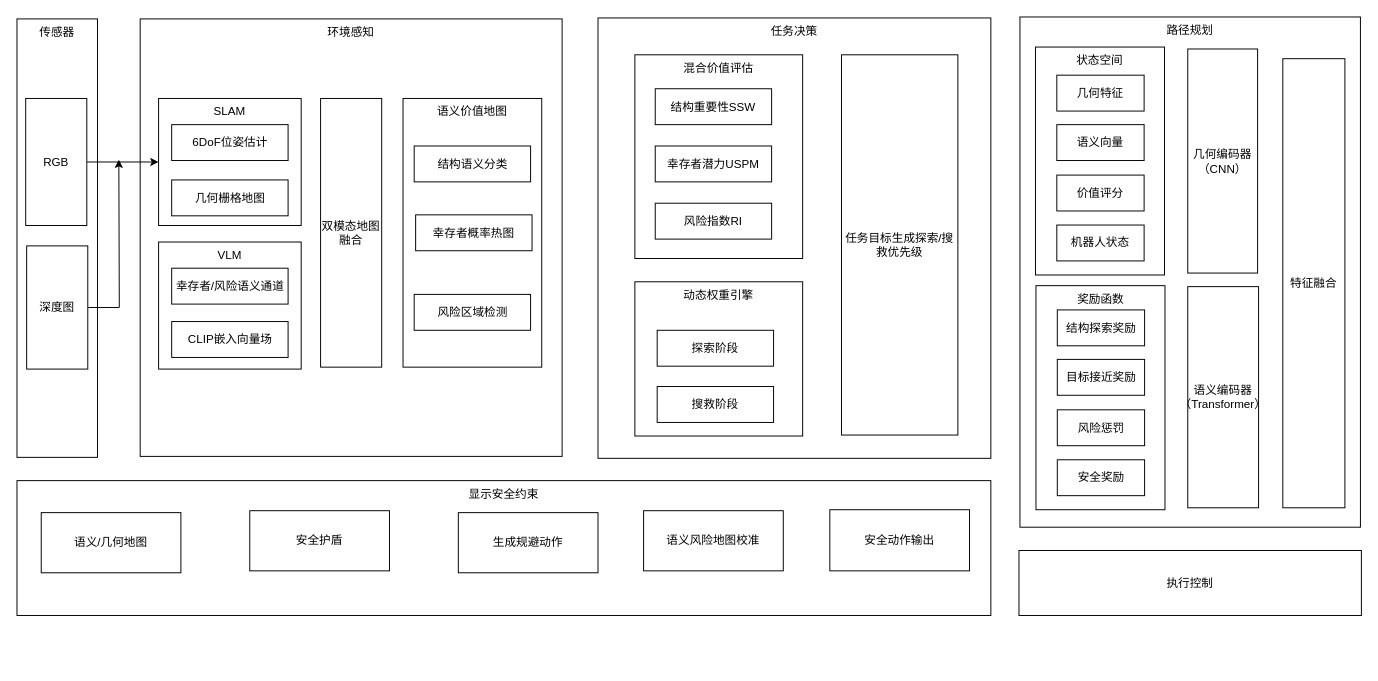
qingyuhai/myGitTemp keeps this draw.io diagram as 未命名绘图.drawio. Above is the earlier version. Source tidied: cells renumbered, new cells numbered last; positions are measured from the earlier drawing's top-left corner, leaving out a move shared by most shapes. Both pictures are drawn from the tidied source at 97%, with x=0, y=0 at pixel (16, 16).
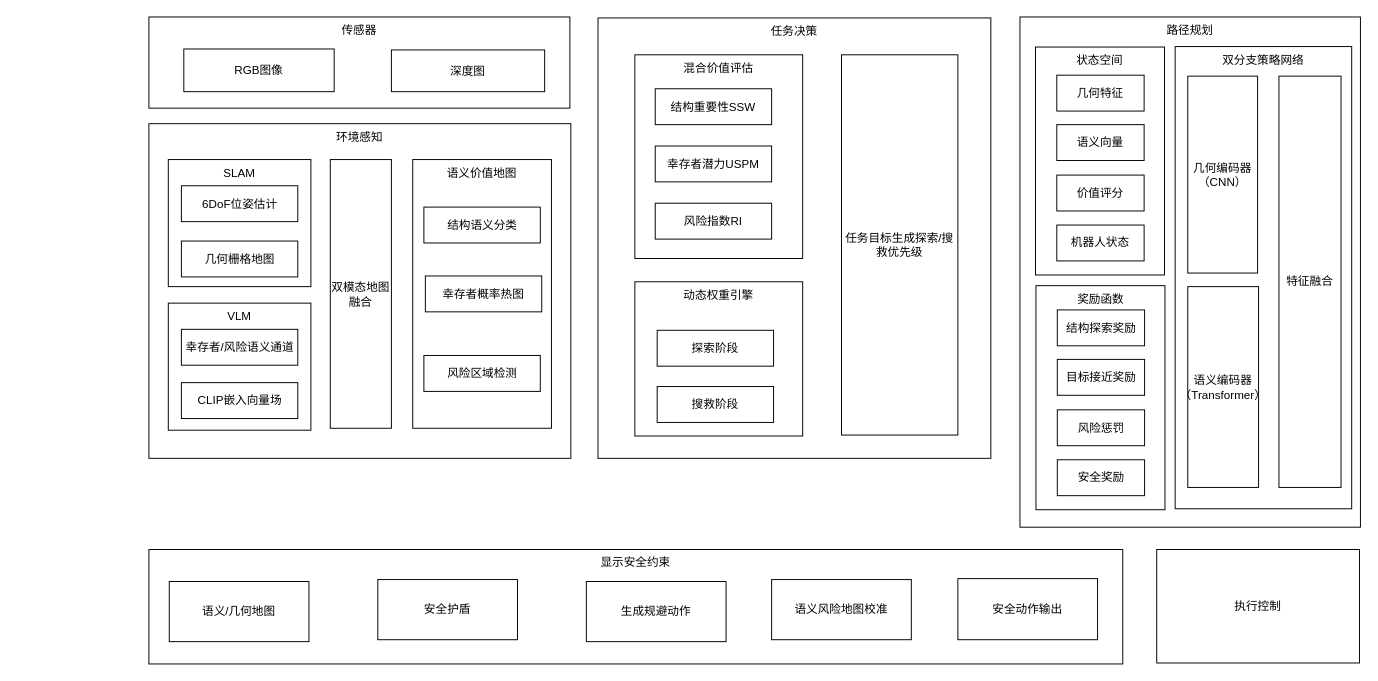
The same diagram, later.

Commit message:
更新未命名绘图.drawio

What changed in the source:
```diff
@@
     <mxCell id="2" value="传感器" style="rounded=0;whiteSpace=wrap;html=1;verticalAlign=top;" parent="1" vertex="1">
-      <mxGeometry y="2" width="83" height="452" as="geometry" />
+      <mxGeometry x="136" width="434" height="94" as="geometry" />
     </mxCell>
     <mxCell id="3" value="环境感知" style="rounded=0;whiteSpace=wrap;html=1;verticalAlign=top;" parent="1" vertex="1">
-      <mxGeometry x="127" y="2" width="435" height="451" as="geometry" />
+      <mxGeometry x="136" y="110" width="435" height="345" as="geometry" />
     </mxCell>
@@
     <mxCell id="6" value="执行控制" style="rounded=0;whiteSpace=wrap;html=1;" parent="1" vertex="1">
-      <mxGeometry x="1033" y="550" width="353" height="67" as="geometry" />
+      <mxGeometry x="1175" y="549" width="209" height="117" as="geometry" />
     </mxCell>
     <mxCell id="7" value="SLAM" style="rounded=0;whiteSpace=wrap;html=1;verticalAlign=top;" parent="1" vertex="1">
-      <mxGeometry x="146" y="84" width="147" height="131" as="geometry" />
+      <mxGeometry x="156" y="147" width="147" height="131" as="geometry" />
     </mxCell>
     <mxCell id="8" value="VLM" style="rounded=0;whiteSpace=wrap;html=1;verticalAlign=top;" parent="1" vertex="1">
-      <mxGeometry x="146" y="232" width="147" height="131" as="geometry" />
+      <mxGeometry x="156" y="295" width="147" height="131" as="geometry" />
     </mxCell>
     <mxCell id="9" value="双模态地图融合" style="rounded=0;whiteSpace=wrap;html=1;" parent="1" vertex="1">
-      <mxGeometry x="313" y="84" width="63" height="277" as="geometry" />
+      <mxGeometry x="323" y="147" width="63" height="277" as="geometry" />
     </mxCell>
@@
+    <mxCell id="49" value="双分支策略网络" style="rounded=0;whiteSpace=wrap;html=1;verticalAlign=top;" parent="1" vertex="1">
+      <mxGeometry x="1194" y="30.5" width="182" height="476.5" as="geometry" />
+    </mxCell>
@@
     <mxCell id="19" value="几何编码器（CNN）" style="rounded=0;whiteSpace=wrap;html=1;" parent="1" vertex="1">
-      <mxGeometry x="1207" y="33" width="72" height="231" as="geometry" />
+      <mxGeometry x="1207" y="61" width="72" height="203" as="geometry" />
     </mxCell>
     <mxCell id="20" value="语义编码器（Transformer）" style="rounded=0;whiteSpace=wrap;html=1;" parent="1" vertex="1">
-      <mxGeometry x="1207" y="278" width="73" height="228" as="geometry" />
+      <mxGeometry x="1207" y="278" width="73" height="207" as="geometry" />
     </mxCell>
     <mxCell id="21" value="显示安全约束" style="rounded=0;whiteSpace=wrap;html=1;verticalAlign=top;" parent="1" vertex="1">
-      <mxGeometry y="478" width="1004" height="139" as="geometry" />
+      <mxGeometry x="136" y="549" width="1004" height="118" as="geometry" />
     </mxCell>
-    <mxCell id="22" style="edgeStyle=orthogonalEdgeStyle;rounded=0;jettySize=auto;html=1;entryX=0;entryY=0.5;entryDx=0;entryDy=0;" parent="1" edge="1" source="23" target="7">
-      <mxGeometry relative="1" as="geometry" />
-    </mxCell>
-    <mxCell id="23" value="RGB" style="rounded=0;whiteSpace=wrap;html=1;" parent="1" vertex="1">
-      <mxGeometry x="9" y="84" width="63" height="131" as="geometry" />
+    <mxCell id="23" value="RGB图像" style="rounded=0;whiteSpace=wrap;html=1;" parent="1" vertex="1">
+      <mxGeometry x="172" y="33" width="155" height="44" as="geometry" />
     </mxCell>
-    <mxCell id="24" style="edgeStyle=orthogonalEdgeStyle;rounded=0;jettySize=auto;html=1;" parent="1" edge="1" source="25">
-      <mxGeometry relative="1" as="geometry">
-        <mxPoint x="105" y="147" as="targetPoint" />
-      </mxGeometry>
-    </mxCell>
     <mxCell id="25" value="深度图" style="rounded=0;whiteSpace=wrap;html=1;" parent="1" vertex="1">
-      <mxGeometry x="10" y="236" width="63" height="127" as="geometry" />
+      <mxGeometry x="386" y="34" width="158" height="43" as="geometry" />
     </mxCell>
     <mxCell id="26" value="生成规避动作" style="rounded=0;whiteSpace=wrap;html=1;" parent="1" vertex="1">
-      <mxGeometry x="455" y="511" width="144" height="62" as="geometry" />
+      <mxGeometry x="587" y="582" width="144" height="62" as="geometry" />
     </mxCell>
     <mxCell id="27" value="语义风险地图校准" style="rounded=0;whiteSpace=wrap;html=1;" parent="1" vertex="1">
-      <mxGeometry x="646" y="509" width="144" height="62" as="geometry" />
+      <mxGeometry x="778" y="580" width="144" height="62" as="geometry" />
     </mxCell>
@@
     <mxCell id="37" value="特征融合" style="rounded=0;whiteSpace=wrap;html=1;" parent="1" vertex="1">
-      <mxGeometry x="1305" y="43" width="64" height="463" as="geometry" />
+      <mxGeometry x="1301" y="61" width="64" height="424" as="geometry" />
     </mxCell>
     <mxCell id="38" value="6DoF位姿估计" style="rounded=0;whiteSpace=wrap;html=1;" parent="1" vertex="1">
-      <mxGeometry x="159.5" y="111" width="120" height="37" as="geometry" />
+      <mxGeometry x="169.5" y="174" width="120" height="37" as="geometry" />
     </mxCell>
     <mxCell id="39" value="几何栅格地图" style="rounded=0;whiteSpace=wrap;html=1;" parent="1" vertex="1">
-      <mxGeometry x="159.5" y="168" width="120" height="37" as="geometry" />
+      <mxGeometry x="169.5" y="231" width="120" height="37" as="geometry" />
     </mxCell>
     <mxCell id="40" value="CLIP嵌入向量场" style="rounded=0;whiteSpace=wrap;html=1;" parent="1" vertex="1">
-      <mxGeometry x="159.5" y="314" width="120" height="37" as="geometry" />
+      <mxGeometry x="169.5" y="377" width="120" height="37" as="geometry" />
     </mxCell>
     <mxCell id="41" value="幸存者/风险语义通道" style="rounded=0;whiteSpace=wrap;html=1;" parent="1" vertex="1">
-      <mxGeometry x="159.5" y="259" width="120" height="37" as="geometry" />
+      <mxGeometry x="169.5" y="322" width="120" height="37" as="geometry" />
     </mxCell>
     <mxCell id="42" value="语义价值地图" style="rounded=0;whiteSpace=wrap;verticalAlign=top;" parent="1" vertex="1">
-      <mxGeometry x="398" y="84" width="143" height="277" as="geometry" />
+      <mxGeometry x="408" y="147" width="143" height="277" as="geometry" />
     </mxCell>
     <mxCell id="43" value="结构语义分类" style="rounded=0;whiteSpace=wrap;html=1;" parent="1" vertex="1">
-      <mxGeometry x="409.5" y="133" width="120" height="37" as="geometry" />
+      <mxGeometry x="419.5" y="196" width="120" height="37" as="geometry" />
     </mxCell>
     <mxCell id="44" value="幸存者概率热图" style="rounded=0;whiteSpace=wrap;html=1;" parent="1" vertex="1">
-      <mxGeometry x="411" y="204" width="120" height="37" as="geometry" />
+      <mxGeometry x="421" y="267" width="120" height="37" as="geometry" />
     </mxCell>
     <mxCell id="45" value="风险区域检测" style="rounded=0;whiteSpace=wrap;html=1;" parent="1" vertex="1">
-      <mxGeometry x="409.5" y="286" width="120" height="37" as="geometry" />
+      <mxGeometry x="419.5" y="349" width="120" height="37" as="geometry" />
     </mxCell>
     <mxCell id="46" value="语义/几何地图" style="rounded=0;whiteSpace=wrap;html=1;" parent="1" vertex="1">
-      <mxGeometry x="25" y="511" width="144" height="62" as="geometry" />
+      <mxGeometry x="157" y="582" width="144" height="62" as="geometry" />
     </mxCell>
     <mxCell id="47" value="安全护盾" style="rounded=0;whiteSpace=wrap;html=1;" parent="1" vertex="1">
-      <mxGeometry x="240" y="509" width="144" height="62" as="geometry" />
+      <mxGeometry x="372" y="580" width="144" height="62" as="geometry" />
     </mxCell>
     <mxCell id="48" value="安全动作输出" style="rounded=0;whiteSpace=wrap;html=1;" parent="1" vertex="1">
-      <mxGeometry x="838" y="508" width="144" height="63" as="geometry" />
+      <mxGeometry x="970" y="579" width="144" height="63" as="geometry" />
     </mxCell>
```
